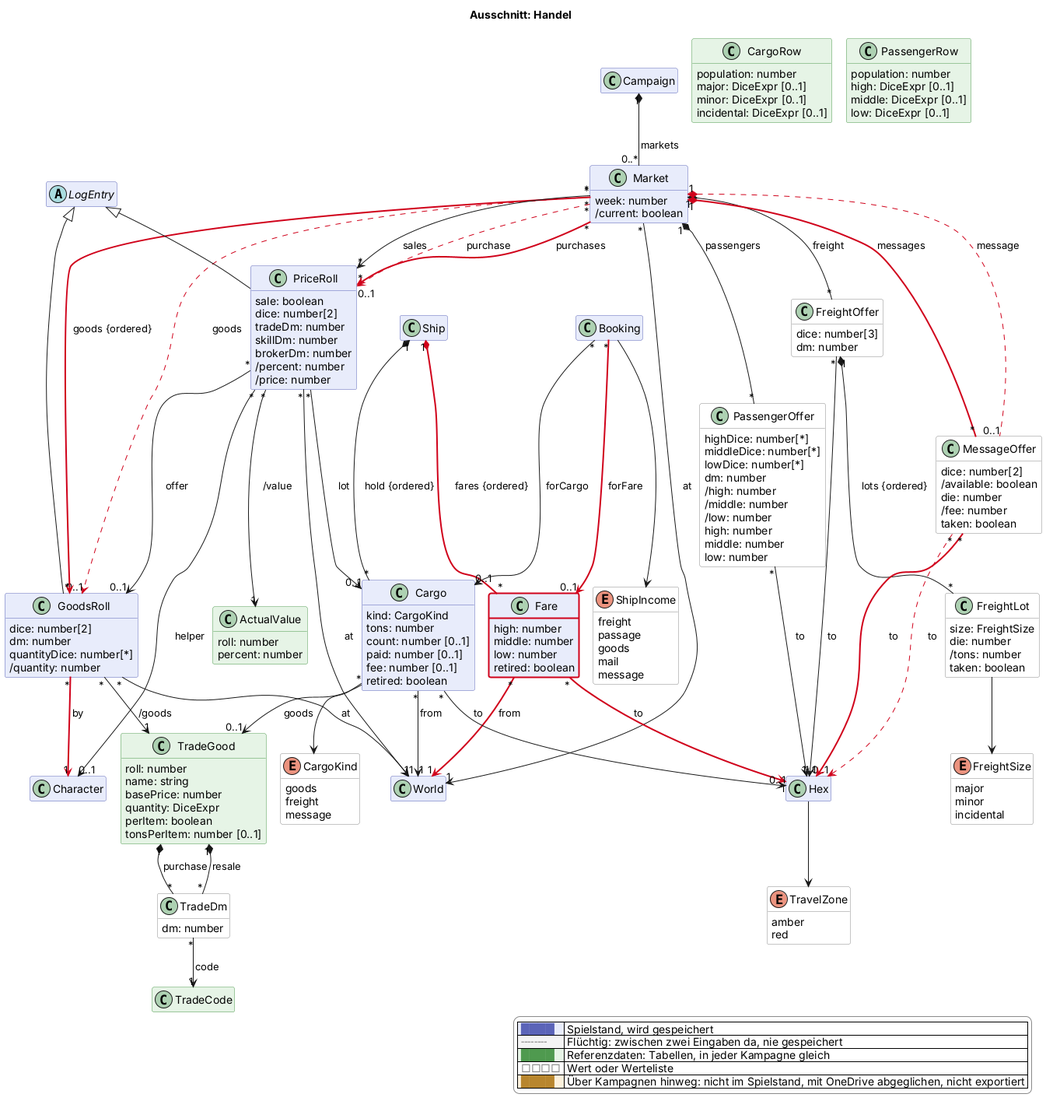
The PlantUML diagram docs/views/handel.png in scuzzar/SRE, before a commit.
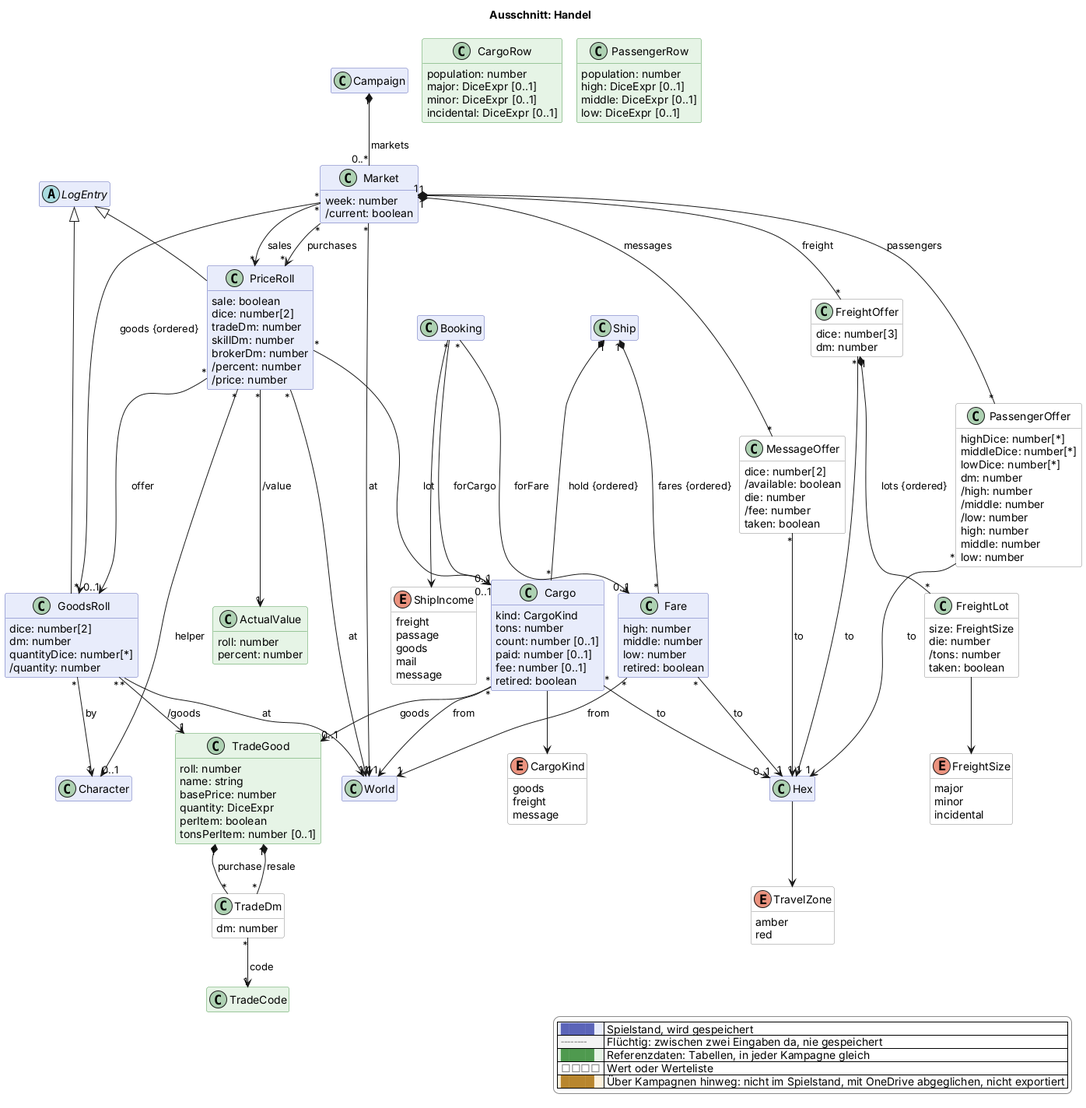
Above is the later version.

The edit, as a diff of the source:
```diff
@@ -107,7 +107,7 @@
     freight
     message
   }
-  class Fare $handel $newClass("2026-11-27c") {
+  class Fare $handel {
     high: number
     middle: number
     low: number
@@ -202,10 +202,8 @@
 
 Campaign "1" *-- "0..*" Market : markets
 Market "*" --> "1" World : at
-Market "*" -$goneArrow("2026-11-27b")-> "0..1" GoodsRoll : goods
-Market "*" -$newArrow("2026-11-27b")-> "*" GoodsRoll : goods {ordered}
-Market "*" -$goneArrow("2026-11-27b")-> "0..1" PriceRoll : purchase
-Market "*" -$newArrow("2026-11-27b")-> "*" PriceRoll : purchases
+Market "*" --> "*" GoodsRoll : goods {ordered}
+Market "*" --> "*" PriceRoll : purchases
 Market "*" --> "*" PriceRoll : sales
 Market "1" *-- "*" FreightOffer : freight
 Market "1" *-- "*" PassengerOffer : passengers
@@ -213,25 +211,23 @@
 FreightOffer "1" *-- "*" FreightLot : lots {ordered}
 FreightLot --> FreightSize
 PassengerOffer "*" --> "1" Hex : to
-Market "1" *-$goneArrow("2026-11-27c")- "0..1" MessageOffer : message
-Market "1" *-$newArrow("2026-11-27c")- "*" MessageOffer : messages
-MessageOffer "*" -$goneArrow("2026-11-27c")-> "0..1" Hex : to
-MessageOffer "*" -$newArrow("2026-11-27c")-> "1" Hex : to
+Market "1" *-- "*" MessageOffer : messages
+MessageOffer "*" --> "1" Hex : to
 LogEntry <|-- GoodsRoll
 LogEntry <|-- PriceRoll
 GoodsRoll "*" --> "1" World : at
 GoodsRoll "*" --> "1" TradeGood : /goods
-GoodsRoll "*" -$newArrow("2026-11-27b")-> "1" Character : by
+GoodsRoll "*" --> "1" Character : by
 PriceRoll "*" --> "1" World : at
 PriceRoll "*" --> "0..1" GoodsRoll : offer
 PriceRoll "*" --> "0..1" Cargo : lot
 PriceRoll "*" --> "0..1" Character : helper
 PriceRoll "*" --> "1" ActualValue : /value
 Ship "1" *-- "*" Cargo : hold {ordered}
-Ship "1" *-$newArrow("2026-11-27c")- "*" Fare : fares {ordered}
-Fare "*" -$newArrow("2026-11-27c")-> "1" World : from
-Fare "*" -$newArrow("2026-11-27c")-> "1" Hex : to
-Booking "*" -$newArrow("2026-11-27c")-> "0..1" Fare : forFare
+Ship "1" *-- "*" Fare : fares {ordered}
+Fare "*" --> "1" World : from
+Fare "*" --> "1" Hex : to
+Booking "*" --> "0..1" Fare : forFare
 Cargo --> CargoKind
 Cargo "*" --> "0..1" TradeGood : goods
 Cargo "*" --> "1" World : from
```
